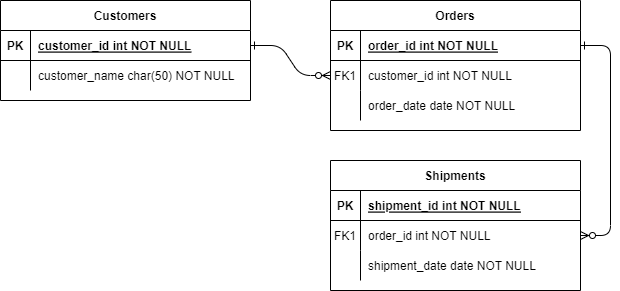
Earlier version of the draw.io export Untitled Diagram.drawio.png (Ajitesh-Sai/Master-Robot-Bookstore). Source tidied: cells renumbered, new cells last; positions are measured from the earlier drawing's top-left corner, leaving out a move shared by most shapes.
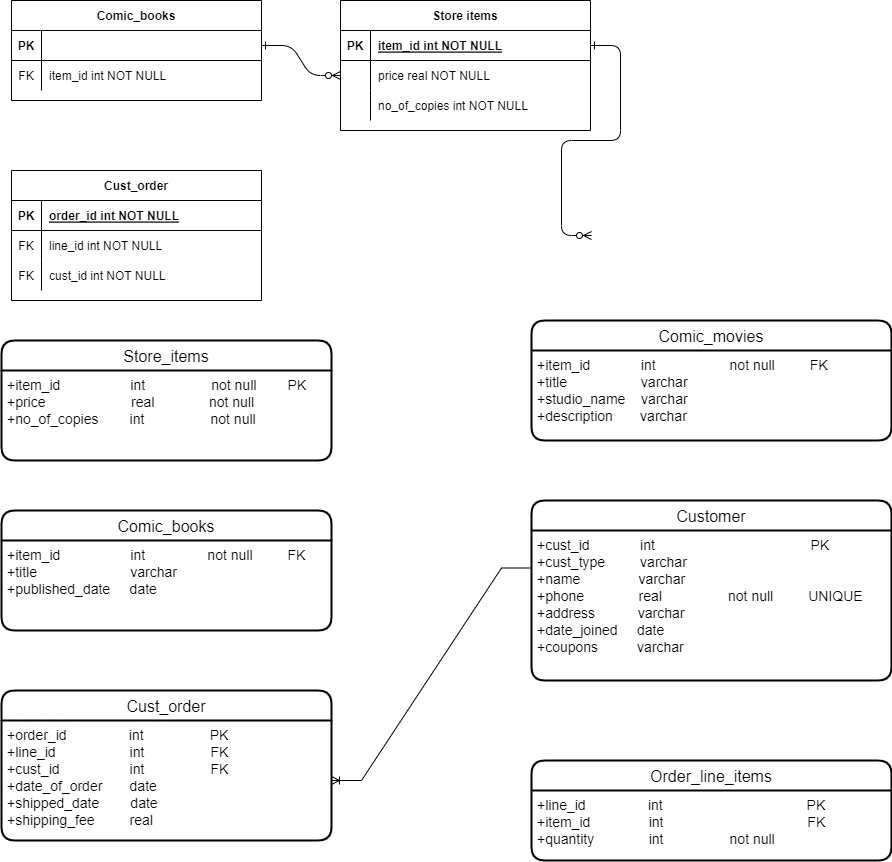
Above is the later version.

Change to the diagram source:
```diff
@@ -5,11 +5,13 @@
     <mxCell id="2" style="edgeStyle=entityRelationEdgeStyle;endArrow=ERzeroToMany;startArrow=ERone;endFill=1;startFill=0;" parent="1" edge="1" source="25" target="8">
       <mxGeometry relative="1" as="geometry" />
     </mxCell>
-    <mxCell id="3" style="edgeStyle=entityRelationEdgeStyle;endArrow=ERzeroToMany;startArrow=ERone;endFill=1;startFill=0;" parent="1" edge="1" source="5" target="18">
-      <mxGeometry relative="1" as="geometry" />
+    <mxCell id="3" style="edgeStyle=entityRelationEdgeStyle;endArrow=ERzeroToMany;startArrow=ERone;endFill=1;startFill=0;" parent="1" edge="1" source="5">
+      <mxGeometry relative="1" as="geometry">
+        <mxPoint x="580" y="235" as="targetPoint" />
+      </mxGeometry>
     </mxCell>
-    <mxCell id="4" value="Orders" style="shape=table;startSize=30;rowLines=0;fontStyle=1;align=center;" parent="1" vertex="1">
-      <mxGeometry x="330" width="250" height="130" as="geometry" />
+    <mxCell id="4" value="Store items" style="shape=table;startSize=30;rowLines=0;fontStyle=1;align=center;" parent="1" vertex="1">
+      <mxGeometry x="329" width="250" height="130" as="geometry" />
     </mxCell>
     <mxCell id="5" style="shape=partialRectangle;fillColor=none;points=[[0,0.5],[1,0.5]];portConstraint=eastwest;top=0;left=0;right=0;bottom=1;" parent="4" vertex="1">
       <mxGeometry y="30" width="250" height="30" as="geometry" />
@@ -17,16 +19,16 @@
     <mxCell id="6" value="PK" style="shape=partialRectangle;overflow=hidden;fillColor=none;top=0;left=0;bottom=0;right=0;fontStyle=1;" parent="5" vertex="1">
       <mxGeometry width="30" height="30" as="geometry" />
     </mxCell>
-    <mxCell id="7" value="order_id int NOT NULL " style="shape=partialRectangle;overflow=hidden;fillColor=none;top=0;left=0;bottom=0;right=0;align=left;spacingLeft=6;fontStyle=5;" parent="5" vertex="1">
+    <mxCell id="7" value="item_id int NOT NULL " style="shape=partialRectangle;overflow=hidden;fillColor=none;top=0;left=0;bottom=0;right=0;align=left;spacingLeft=6;fontStyle=5;" parent="5" vertex="1">
       <mxGeometry x="30" width="220" height="30" as="geometry" />
     </mxCell>
     <mxCell id="8" style="shape=partialRectangle;fillColor=none;points=[[0,0.5],[1,0.5]];portConstraint=eastwest;top=0;left=0;right=0;bottom=0;" parent="4" vertex="1">
       <mxGeometry y="60" width="250" height="30" as="geometry" />
     </mxCell>
-    <mxCell id="9" value="FK1" style="shape=partialRectangle;overflow=hidden;fillColor=none;top=0;left=0;bottom=0;right=0;" parent="8" vertex="1">
+    <mxCell id="9" style="shape=partialRectangle;overflow=hidden;fillColor=none;top=0;left=0;bottom=0;right=0;" parent="8" vertex="1">
       <mxGeometry width="30" height="30" as="geometry" />
     </mxCell>
-    <mxCell id="10" value="customer_id int NOT NULL" style="shape=partialRectangle;overflow=hidden;fillColor=none;top=0;left=0;bottom=0;right=0;align=left;spacingLeft=6;" parent="8" vertex="1">
+    <mxCell id="10" value="price real NOT NULL" style="shape=partialRectangle;overflow=hidden;fillColor=none;top=0;left=0;bottom=0;right=0;align=left;spacingLeft=6;" parent="8" vertex="1">
       <mxGeometry x="30" width="220" height="30" as="geometry" />
     </mxCell>
     <mxCell id="11" style="shape=partialRectangle;fillColor=none;top=0;left=0;right=0;bottom=0;" parent="4" vertex="1">
@@ -35,40 +37,10 @@
     <mxCell id="12" style="shape=partialRectangle;overflow=hidden;fillColor=none;top=0;left=0;bottom=0;right=0;" parent="11" vertex="1">
       <mxGeometry width="30" height="30" as="geometry" />
     </mxCell>
-    <mxCell id="13" value="order_date date NOT NULL" style="shape=partialRectangle;overflow=hidden;fillColor=none;top=0;left=0;bottom=0;right=0;align=left;spacingLeft=6;" parent="11" vertex="1">
+    <mxCell id="13" value="no_of_copies int NOT NULL" style="shape=partialRectangle;overflow=hidden;fillColor=none;top=0;left=0;bottom=0;right=0;align=left;spacingLeft=6;" parent="11" vertex="1">
       <mxGeometry x="30" width="220" height="30" as="geometry" />
     </mxCell>
-    <mxCell id="14" value="Shipments" style="shape=table;startSize=30;rowLines=0;fontStyle=1;align=center;" parent="1" vertex="1">
-      <mxGeometry x="330" y="160" width="250" height="130" as="geometry" />
-    </mxCell>
-    <mxCell id="15" style="shape=partialRectangle;fillColor=none;top=0;left=0;right=0;bottom=1;" parent="14" vertex="1">
-      <mxGeometry y="30" width="250" height="30" as="geometry" />
-    </mxCell>
-    <mxCell id="16" value="PK" style="shape=partialRectangle;overflow=hidden;fillColor=none;top=0;left=0;bottom=0;right=0;fontStyle=1;" parent="15" vertex="1">
-      <mxGeometry width="30" height="30" as="geometry" />
-    </mxCell>
-    <mxCell id="17" value="shipment_id int NOT NULL " style="shape=partialRectangle;overflow=hidden;fillColor=none;top=0;left=0;bottom=0;right=0;align=left;spacingLeft=6;fontStyle=5;" parent="15" vertex="1">
-      <mxGeometry x="30" width="220" height="30" as="geometry" />
-    </mxCell>
-    <mxCell id="18" style="shape=partialRectangle;fillColor=none;points=[[0,0.5],[1,0.5]];portConstraint=eastwest;top=0;left=0;right=0;bottom=0;" parent="14" vertex="1">
-      <mxGeometry y="60" width="250" height="30" as="geometry" />
-    </mxCell>
-    <mxCell id="19" value="FK1" style="shape=partialRectangle;overflow=hidden;fillColor=none;top=0;left=0;bottom=0;right=0;" parent="18" vertex="1">
-      <mxGeometry width="30" height="30" as="geometry" />
-    </mxCell>
-    <mxCell id="20" value="order_id int NOT NULL" style="shape=partialRectangle;overflow=hidden;fillColor=none;top=0;left=0;bottom=0;right=0;align=left;spacingLeft=6;" parent="18" vertex="1">
-      <mxGeometry x="30" width="220" height="30" as="geometry" />
-    </mxCell>
-    <mxCell id="21" style="shape=partialRectangle;fillColor=none;top=0;left=0;right=0;bottom=0;" parent="14" vertex="1">
-      <mxGeometry y="90" width="250" height="30" as="geometry" />
-    </mxCell>
-    <mxCell id="22" style="shape=partialRectangle;overflow=hidden;fillColor=none;top=0;left=0;bottom=0;right=0;" parent="21" vertex="1">
-      <mxGeometry width="30" height="30" as="geometry" />
-    </mxCell>
-    <mxCell id="23" value="shipment_date date NOT NULL" style="shape=partialRectangle;overflow=hidden;fillColor=none;top=0;left=0;bottom=0;right=0;align=left;spacingLeft=6;" parent="21" vertex="1">
-      <mxGeometry x="30" width="220" height="30" as="geometry" />
-    </mxCell>
-    <mxCell id="24" value="Customers" style="shape=table;startSize=30;rowLines=0;fontStyle=1;align=center;" parent="1" vertex="1">
+    <mxCell id="24" value="Comic_books" style="shape=table;startSize=30;rowLines=0;fontStyle=1;align=center;" parent="1" vertex="1">
       <mxGeometry width="250" height="100" as="geometry" />
     </mxCell>
     <mxCell id="25" style="shape=partialRectangle;fillColor=none;points=[[0,0.5],[1,0.5]];portConstraint=eastwest;top=0;left=0;right=0;bottom=1;" parent="24" vertex="1">
@@ -77,17 +49,86 @@
     <mxCell id="26" value="PK" style="shape=partialRectangle;overflow=hidden;fillColor=none;top=0;left=0;bottom=0;right=0;fontStyle=1;" parent="25" vertex="1">
       <mxGeometry width="30" height="30" as="geometry" />
     </mxCell>
-    <mxCell id="27" value="customer_id int NOT NULL " style="shape=partialRectangle;overflow=hidden;fillColor=none;top=0;left=0;bottom=0;right=0;align=left;spacingLeft=6;fontStyle=5;" parent="25" vertex="1">
+    <mxCell id="27" style="shape=partialRectangle;overflow=hidden;fillColor=none;top=0;left=0;bottom=0;right=0;align=left;spacingLeft=6;fontStyle=5;" parent="25" vertex="1">
       <mxGeometry x="30" width="220" height="30" as="geometry" />
     </mxCell>
     <mxCell id="28" style="shape=partialRectangle;fillColor=none;top=0;left=0;right=0;bottom=0;" parent="24" vertex="1">
       <mxGeometry y="60" width="250" height="30" as="geometry" />
     </mxCell>
-    <mxCell id="29" style="shape=partialRectangle;overflow=hidden;fillColor=none;top=0;left=0;bottom=0;right=0;" parent="28" vertex="1">
+    <mxCell id="29" value="FK" style="shape=partialRectangle;overflow=hidden;fillColor=none;top=0;left=0;bottom=0;right=0;" parent="28" vertex="1">
       <mxGeometry width="30" height="30" as="geometry" />
     </mxCell>
-    <mxCell id="30" value="customer_name char(50) NOT NULL" style="shape=partialRectangle;overflow=hidden;fillColor=none;top=0;left=0;bottom=0;right=0;align=left;spacingLeft=6;" parent="28" vertex="1">
+    <mxCell id="30" value="item_id int NOT NULL" style="shape=partialRectangle;overflow=hidden;fillColor=none;top=0;left=0;bottom=0;right=0;align=left;spacingLeft=6;" parent="28" vertex="1">
       <mxGeometry x="30" width="220" height="30" as="geometry" />
     </mxCell>
+    <mxCell id="31" value="Cust_order" style="shape=table;startSize=30;rowLines=0;fontStyle=1;align=center;" parent="1" vertex="1">
+      <mxGeometry y="170" width="250" height="130" as="geometry" />
+    </mxCell>
+    <mxCell id="15" style="shape=partialRectangle;fillColor=none;top=0;left=0;right=0;bottom=1;" parent="31" vertex="1">
+      <mxGeometry y="30" width="250" height="30" as="geometry" />
+    </mxCell>
+    <mxCell id="16" value="PK" style="shape=partialRectangle;overflow=hidden;fillColor=none;top=0;left=0;bottom=0;right=0;fontStyle=1;" parent="15" vertex="1">
+      <mxGeometry width="30" height="30" as="geometry" />
+    </mxCell>
+    <mxCell id="20" value="order_id int NOT NULL " style="shape=partialRectangle;overflow=hidden;fillColor=none;top=0;left=0;bottom=0;right=0;align=left;spacingLeft=6;fontStyle=5;" parent="15" vertex="1">
+      <mxGeometry x="30" width="220" height="30" as="geometry" />
+    </mxCell>
+    <mxCell id="18" style="shape=partialRectangle;fillColor=none;points=[[0,0.5],[1,0.5]];portConstraint=eastwest;top=0;left=0;right=0;bottom=0;" parent="31" vertex="1">
+      <mxGeometry y="60" width="250" height="30" as="geometry" />
+    </mxCell>
+    <mxCell id="32" value="FK" style="shape=partialRectangle;overflow=hidden;fillColor=none;top=0;left=0;bottom=0;right=0;" parent="18" vertex="1">
+      <mxGeometry width="30" height="30" as="geometry" />
+    </mxCell>
+    <mxCell id="33" value="line_id int NOT NULL" style="shape=partialRectangle;overflow=hidden;fillColor=none;top=0;left=0;bottom=0;right=0;align=left;spacingLeft=6;" parent="18" vertex="1">
+      <mxGeometry x="30" width="220" height="30" as="geometry" />
+    </mxCell>
+    <mxCell id="21" style="shape=partialRectangle;fillColor=none;top=0;left=0;right=0;bottom=0;" parent="31" vertex="1">
+      <mxGeometry y="90" width="250" height="30" as="geometry" />
+    </mxCell>
+    <mxCell id="34" value="FK" style="shape=partialRectangle;overflow=hidden;fillColor=none;top=0;left=0;bottom=0;right=0;" parent="21" vertex="1">
+      <mxGeometry width="30" height="30" as="geometry" />
+    </mxCell>
+    <mxCell id="35" value="cust_id int NOT NULL" style="shape=partialRectangle;overflow=hidden;fillColor=none;top=0;left=0;bottom=0;right=0;align=left;spacingLeft=6;" parent="21" vertex="1">
+      <mxGeometry x="30" width="220" height="30" as="geometry" />
+    </mxCell>
+    <mxCell id="36" value="Store_items" style="swimlane;horizontal=1;startSize=30;rounded=1;fontSize=16;fontStyle=0;strokeWidth=2;shadow=0;dashed=0;align=center;" parent="1" vertex="1">
+      <mxGeometry x="-10" y="340" width="330" height="120" as="geometry" />
+    </mxCell>
+    <mxCell id="37" value="+item_id                  int                 not null        PK&#10;+price                      real              not null&#10;+no_of_copies        int                 not null" style="align=left;strokeColor=none;fillColor=none;spacingLeft=4;fontSize=14;verticalAlign=top;" parent="36" vertex="1">
+      <mxGeometry y="30" width="330" height="90" as="geometry" />
+    </mxCell>
+    <mxCell id="38" value="Comic_books" style="swimlane;horizontal=1;startSize=30;rounded=1;fontSize=16;fontStyle=0;strokeWidth=2;shadow=0;dashed=0;align=center;" parent="1" vertex="1">
+      <mxGeometry x="-10" y="510" width="330" height="120" as="geometry" />
+    </mxCell>
+    <mxCell id="39" value="+item_id                  int                not null         FK&#10;+title                        varchar&#10;+published_date     date" style="align=left;strokeColor=none;fillColor=none;spacingLeft=4;fontSize=14;verticalAlign=top;" parent="38" vertex="1">
+      <mxGeometry y="30" width="330" height="90" as="geometry" />
+    </mxCell>
+    <mxCell id="40" value="Comic_movies" style="swimlane;horizontal=1;startSize=30;rounded=1;fontSize=16;fontStyle=0;strokeWidth=2;shadow=0;dashed=0;align=center;" parent="1" vertex="1">
+      <mxGeometry x="520" y="320" width="360" height="120" as="geometry" />
+    </mxCell>
+    <mxCell id="41" value="+item_id             int                   not null         FK&#10;+title                   varchar&#10;+studio_name    varchar&#10;+description       varchar" style="align=left;strokeColor=none;fillColor=none;spacingLeft=4;fontSize=14;verticalAlign=top;" parent="40" vertex="1">
+      <mxGeometry y="30" width="360" height="90" as="geometry" />
+    </mxCell>
+    <mxCell id="42" value="Order_line_items" style="swimlane;horizontal=1;startSize=30;rounded=1;fontSize=16;fontStyle=0;strokeWidth=2;shadow=0;dashed=0;align=center;" parent="1" vertex="1">
+      <mxGeometry x="520" y="760" width="360" height="100" as="geometry" />
+    </mxCell>
+    <mxCell id="43" value="+line_id                int                                     PK&#10;+item_id               int                                     FK&#10;+quantity              int                 not null" style="align=left;strokeColor=none;fillColor=none;spacingLeft=4;fontSize=14;verticalAlign=top;" parent="42" vertex="1">
+      <mxGeometry y="30" width="360" height="70" as="geometry" />
+    </mxCell>
+    <mxCell id="44" value="Cust_order" style="swimlane;horizontal=1;startSize=30;rounded=1;fontSize=16;fontStyle=0;strokeWidth=2;shadow=0;dashed=0;align=center;" parent="1" vertex="1">
+      <mxGeometry x="-10" y="690" width="330" height="150" as="geometry" />
+    </mxCell>
+    <mxCell id="45" value="+order_id                int                 PK&#10;+line_id                   int                 FK&#10;+cust_id                  int                 FK&#10;+date_of_order       date&#10;+shipped_date        date&#10;+shipping_fee         real" style="align=left;strokeColor=none;fillColor=none;spacingLeft=4;fontSize=14;verticalAlign=top;" parent="44" vertex="1">
+      <mxGeometry y="30" width="330" height="120" as="geometry" />
+    </mxCell>
+    <mxCell id="46" value="Customer" style="swimlane;horizontal=1;startSize=30;rounded=1;fontSize=16;fontStyle=0;strokeWidth=2;shadow=0;dashed=0;align=center;" parent="1" vertex="1">
+      <mxGeometry x="520" y="500" width="360" height="180" as="geometry" />
+    </mxCell>
+    <mxCell id="47" value="+cust_id             int                                        PK&#10;+cust_type         varchar&#10;+name               varchar&#10;+phone              real                 not null         UNIQUE&#10;+address           varchar&#10;+date_joined     date&#10;+coupons          varchar" style="align=left;strokeColor=none;fillColor=none;spacingLeft=4;fontSize=14;verticalAlign=top;" parent="46" vertex="1">
+      <mxGeometry y="30" width="360" height="150" as="geometry" />
+    </mxCell>
+    <mxCell id="48" style="edgeStyle=entityRelationEdgeStyle;fontSize=12;html=1;endArrow=ERoneToMany;rounded=0;exitX=0;exitY=0.25;exitDx=0;exitDy=0;" parent="1" edge="1" source="47" target="45">
+      <mxGeometry relative="1" as="geometry" />
+    </mxCell>
   </root>
 </mxGraphModel>
```
